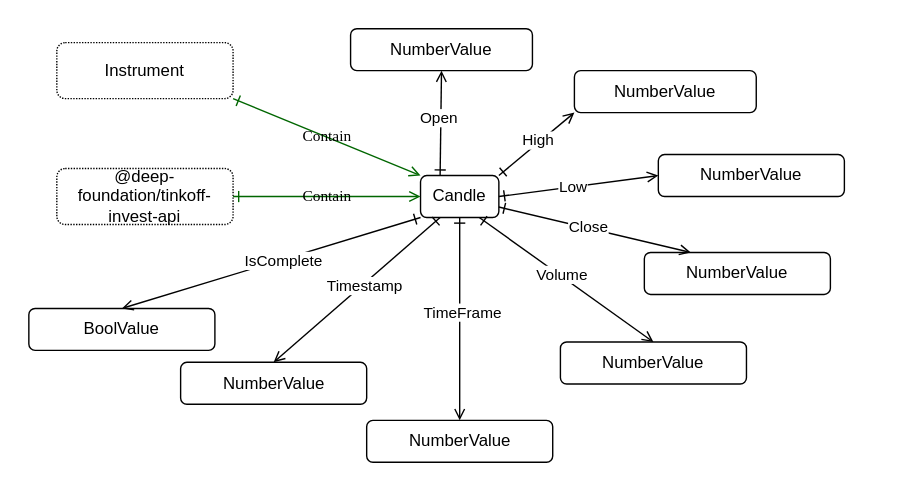
suenot/deep-tinkoff-invest-api keeps this draw.io diagram as src/candle/Candle.drawio.svg. Above is the earlier version. Source tidied: cells renumbered, new cells last; positions are measured from the earlier drawing's top-left corner, leaving out a move shared by most shapes.
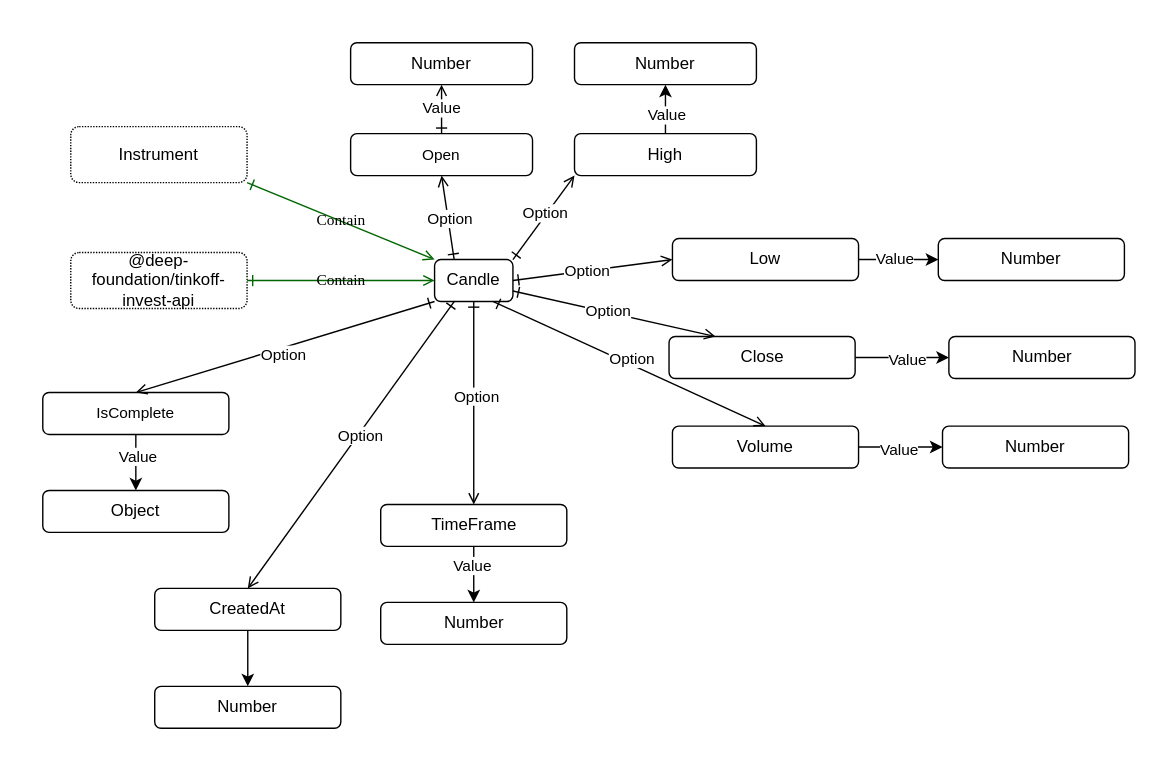
Later version of the same file.

Change to the diagram source:
```diff
@@ -3,19 +3,25 @@
     <mxCell id="0" />
     <mxCell id="1" parent="0" />
     <mxCell id="2" style="rounded=0;whiteSpace=wrap;html=1;strokeColor=none;" parent="1" vertex="1">
-      <mxGeometry width="650" height="350" as="geometry" />
+      <mxGeometry x="-10" y="-60" width="830" height="540" as="geometry" />
     </mxCell>
     <mxCell id="3" style="edgeStyle=none;html=1;exitX=1;exitY=0;exitDx=0;exitDy=0;entryX=0;entryY=1;entryDx=0;entryDy=0;startArrow=ERone;startFill=0;endArrow=open;endFill=0;" parent="1" edge="1" source="5" target="6">
       <mxGeometry relative="1" as="geometry" />
     </mxCell>
-    <mxCell id="4" value="High" style="edgeLabel;html=1;align=center;verticalAlign=middle;" parent="3" vertex="1">
+    <mxCell id="4" value="Option" style="edgeLabel;html=1;align=center;verticalAlign=middle;" parent="3" vertex="1">
       <mxGeometry x="0.08" y="2" relative="1" as="geometry" />
     </mxCell>
     <mxCell id="5" value="Candle" style="rounded=1;whiteSpace=wrap;html=1;labelBackgroundColor=none;" parent="1" vertex="1">
       <mxGeometry x="300" y="125" width="56" height="30" as="geometry" />
     </mxCell>
+    <mxCell id="32" style="edgeStyle=none;html=1;exitX=0.5;exitY=0;exitDx=0;exitDy=0;entryX=0.5;entryY=1;entryDx=0;entryDy=0;" parent="1" edge="1" source="6" target="49">
+      <mxGeometry relative="1" as="geometry" />
+    </mxCell>
+    <mxCell id="33" value="Value" style="edgeLabel;html=1;align=center;verticalAlign=middle;" parent="32" vertex="1">
+      <mxGeometry x="-0.2" relative="1" as="geometry" />
+    </mxCell>
-    <mxCell id="6" value="NumberValue" style="rounded=1;whiteSpace=wrap;html=1;labelBackgroundColor=none;" parent="1" vertex="1">
-      <mxGeometry x="410" y="50" width="130" height="30" as="geometry" />
+    <mxCell id="6" value="High" style="rounded=1;whiteSpace=wrap;html=1;labelBackgroundColor=none;" parent="1" vertex="1">
+      <mxGeometry x="400" y="35" width="130" height="30" as="geometry" />
     </mxCell>
     <mxCell id="7" value="Instrument" style="rounded=1;whiteSpace=wrap;html=1;labelBackgroundColor=none;dashed=1;dashPattern=1 1;" parent="1" vertex="1">
       <mxGeometry x="40" y="30" width="126" height="40" as="geometry" />
@@ -23,74 +29,136 @@
     <mxCell id="8" style="edgeStyle=none;html=1;exitX=1;exitY=0.5;exitDx=0;exitDy=0;startArrow=ERone;startFill=0;entryX=0;entryY=0.5;entryDx=0;entryDy=0;endArrow=open;endFill=0;" parent="1" edge="1" source="5" target="10">
       <mxGeometry relative="1" as="geometry" />
     </mxCell>
-    <mxCell id="9" value="Low" style="edgeLabel;html=1;align=center;verticalAlign=middle;" parent="8" vertex="1">
+    <mxCell id="9" value="Option" style="edgeLabel;html=1;align=center;verticalAlign=middle;" parent="8" vertex="1">
       <mxGeometry x="-0.07" y="1" relative="1" as="geometry" />
     </mxCell>
+    <mxCell id="34" style="edgeStyle=none;html=1;exitX=1;exitY=0.5;exitDx=0;exitDy=0;entryX=0;entryY=0.5;entryDx=0;entryDy=0;" parent="1" edge="1" source="10" target="50">
+      <mxGeometry relative="1" as="geometry" />
+    </mxCell>
+    <mxCell id="35" value="Value" style="edgeLabel;html=1;align=center;verticalAlign=middle;" parent="34" vertex="1">
+      <mxGeometry x="-0.12" y="1" relative="1" as="geometry" />
+    </mxCell>
-    <mxCell id="10" value="NumberValue" style="rounded=1;whiteSpace=wrap;html=1;labelBackgroundColor=none;" parent="1" vertex="1">
+    <mxCell id="10" value="Low" style="rounded=1;whiteSpace=wrap;html=1;labelBackgroundColor=none;" parent="1" vertex="1">
       <mxGeometry x="470" y="110" width="133" height="30" as="geometry" />
     </mxCell>
+    <mxCell id="36" style="edgeStyle=none;html=1;exitX=1;exitY=0.5;exitDx=0;exitDy=0;entryX=0;entryY=0.5;entryDx=0;entryDy=0;" parent="1" edge="1" source="11" target="51">
+      <mxGeometry relative="1" as="geometry" />
+    </mxCell>
+    <mxCell id="37" value="Value" style="edgeLabel;html=1;align=center;verticalAlign=middle;" parent="36" vertex="1">
+      <mxGeometry x="0.1" y="-1" relative="1" as="geometry" />
+    </mxCell>
-    <mxCell id="11" value="NumberValue" style="rounded=1;whiteSpace=wrap;html=1;labelBackgroundColor=none;" parent="1" vertex="1">
-      <mxGeometry x="460" y="180" width="133" height="30" as="geometry" />
+    <mxCell id="11" value="Close" style="rounded=1;whiteSpace=wrap;html=1;labelBackgroundColor=none;" parent="1" vertex="1">
+      <mxGeometry x="467.6" y="180" width="133" height="30" as="geometry" />
     </mxCell>
     <mxCell id="12" style="edgeStyle=none;html=1;exitX=1;exitY=0.75;exitDx=0;exitDy=0;startArrow=ERone;startFill=0;entryX=0.25;entryY=0;entryDx=0;entryDy=0;endArrow=open;endFill=0;" parent="1" edge="1" source="5" target="11">
       <mxGeometry relative="1" as="geometry" />
     </mxCell>
-    <mxCell id="13" value="Close" style="edgeLabel;html=1;align=center;verticalAlign=middle;" parent="12" vertex="1">
+    <mxCell id="13" value="Option" style="edgeLabel;html=1;align=center;verticalAlign=middle;" parent="12" vertex="1">
       <mxGeometry x="-0.07" y="1" relative="1" as="geometry" />
     </mxCell>
+    <mxCell id="38" style="edgeStyle=none;html=1;exitX=1;exitY=0.5;exitDx=0;exitDy=0;entryX=0;entryY=0.5;entryDx=0;entryDy=0;" parent="1" edge="1" source="14" target="52">
+      <mxGeometry relative="1" as="geometry" />
+    </mxCell>
+    <mxCell id="39" value="Value" style="edgeLabel;html=1;align=center;verticalAlign=middle;" parent="38" vertex="1">
+      <mxGeometry x="-0.07" y="-1" relative="1" as="geometry" />
+    </mxCell>
-    <mxCell id="14" value="NumberValue" style="rounded=1;whiteSpace=wrap;html=1;labelBackgroundColor=none;" parent="1" vertex="1">
-      <mxGeometry x="400" y="244" width="133" height="30" as="geometry" />
+    <mxCell id="14" value="Volume" style="rounded=1;whiteSpace=wrap;html=1;labelBackgroundColor=none;" parent="1" vertex="1">
+      <mxGeometry x="470" y="244" width="133" height="30" as="geometry" />
     </mxCell>
     <mxCell id="15" style="edgeStyle=none;html=1;startArrow=ERone;startFill=0;entryX=0.5;entryY=0;entryDx=0;entryDy=0;endArrow=open;endFill=0;exitX=0.75;exitY=1;exitDx=0;exitDy=0;" parent="1" edge="1" source="5" target="14">
       <mxGeometry relative="1" as="geometry" />
     </mxCell>
-    <mxCell id="16" value="Volume" style="edgeLabel;html=1;align=center;verticalAlign=middle;" parent="15" vertex="1">
-      <mxGeometry x="-0.07" y="1" relative="1" as="geometry" />
+    <mxCell id="16" value="Option" style="edgeLabel;html=1;align=center;verticalAlign=middle;" parent="15" vertex="1">
+      <mxGeometry x="-0.07" y="1" relative="1" as="geometry">
+        <mxPoint x="8" as="offset" />
+      </mxGeometry>
     </mxCell>
     <mxCell id="17" style="edgeStyle=none;html=1;exitX=0.25;exitY=0;exitDx=0;exitDy=0;startArrow=ERone;startFill=0;endArrow=open;endFill=0;entryX=0.5;entryY=1;entryDx=0;entryDy=0;" parent="1" edge="1" source="5" target="19">
       <mxGeometry relative="1" as="geometry" />
     </mxCell>
-    <mxCell id="18" value="Open" style="edgeLabel;html=1;align=center;verticalAlign=middle;" parent="17" vertex="1">
-      <mxGeometry x="0.08" y="2" relative="1" as="geometry" />
-    </mxCell>
+    <mxCell id="40" value="Option" style="edgeLabel;html=1;align=center;verticalAlign=middle;" parent="17" vertex="1">
+      <mxGeometry x="-0.01" y="-1" relative="1" as="geometry" />
+    </mxCell>
-    <mxCell id="19" value="NumberValue" style="rounded=1;whiteSpace=wrap;html=1;labelBackgroundColor=none;" parent="1" vertex="1">
-      <mxGeometry x="250" y="20" width="130" height="30" as="geometry" />
+    <mxCell id="19" value="&lt;span style=&quot;font-size: 11px ; background-color: rgb(255 , 255 , 255)&quot;&gt;Open&lt;/span&gt;" style="rounded=1;whiteSpace=wrap;html=1;labelBackgroundColor=none;" parent="1" vertex="1">
+      <mxGeometry x="240" y="35" width="130" height="30" as="geometry" />
     </mxCell>
+    <mxCell id="41" style="edgeStyle=none;html=1;" parent="1" edge="1" source="20" target="54">
+      <mxGeometry relative="1" as="geometry" />
+    </mxCell>
-    <mxCell id="20" value="NumberValue" style="rounded=1;whiteSpace=wrap;html=1;labelBackgroundColor=none;" parent="1" vertex="1">
-      <mxGeometry x="128.5" y="258.5" width="133" height="30" as="geometry" />
+    <mxCell id="20" value="CreatedAt" style="rounded=1;whiteSpace=wrap;html=1;labelBackgroundColor=none;" parent="1" vertex="1">
+      <mxGeometry x="100" y="360" width="133" height="30" as="geometry" />
     </mxCell>
     <mxCell id="21" style="edgeStyle=none;html=1;exitX=0.25;exitY=1;exitDx=0;exitDy=0;startArrow=ERone;startFill=0;entryX=0.5;entryY=0;entryDx=0;entryDy=0;endArrow=open;endFill=0;" parent="1" edge="1" source="5" target="20">
       <mxGeometry relative="1" as="geometry" />
     </mxCell>
-    <mxCell id="22" value="Timestamp" style="edgeLabel;html=1;align=center;verticalAlign=middle;" parent="21" vertex="1">
+    <mxCell id="22" value="Option" style="edgeLabel;html=1;align=center;verticalAlign=middle;" parent="21" vertex="1">
       <mxGeometry x="-0.07" y="1" relative="1" as="geometry" />
     </mxCell>
+    <mxCell id="42" style="edgeStyle=none;html=1;exitX=0.5;exitY=1;exitDx=0;exitDy=0;entryX=0.5;entryY=0;entryDx=0;entryDy=0;" parent="1" edge="1" source="23" target="55">
+      <mxGeometry relative="1" as="geometry" />
+    </mxCell>
+    <mxCell id="43" value="Value" style="edgeLabel;html=1;align=center;verticalAlign=middle;" parent="42" vertex="1">
+      <mxGeometry x="-0.25" y="1" relative="1" as="geometry" />
+    </mxCell>
-    <mxCell id="23" value="BoolValue" style="rounded=1;whiteSpace=wrap;html=1;labelBackgroundColor=none;" parent="1" vertex="1">
+    <mxCell id="23" value="&lt;span style=&quot;font-size: 11px ; background-color: rgb(255 , 255 , 255)&quot;&gt;IsComplete&lt;/span&gt;" style="rounded=1;whiteSpace=wrap;html=1;labelBackgroundColor=none;" parent="1" vertex="1">
       <mxGeometry x="20" y="220" width="133" height="30" as="geometry" />
     </mxCell>
     <mxCell id="24" style="edgeStyle=none;html=1;exitX=0;exitY=1;exitDx=0;exitDy=0;startArrow=ERone;startFill=0;entryX=0.5;entryY=0;entryDx=0;entryDy=0;endArrow=open;endFill=0;" parent="1" edge="1" source="5" target="23">
       <mxGeometry relative="1" as="geometry" />
     </mxCell>
-    <mxCell id="25" value="IsComplete" style="edgeLabel;html=1;align=center;verticalAlign=middle;" parent="24" vertex="1">
-      <mxGeometry x="-0.07" y="1" relative="1" as="geometry" />
-    </mxCell>
+    <mxCell id="44" value="Option" style="edgeLabel;html=1;align=center;verticalAlign=middle;" parent="24" vertex="1">
+      <mxGeometry x="0.03" y="4" relative="1" as="geometry" />
+    </mxCell>
     <mxCell id="26" value="@deep-foundation/tinkoff-invest-api" style="rounded=1;whiteSpace=wrap;html=1;labelBackgroundColor=none;dashed=1;dashPattern=1 1;" parent="1" vertex="1">
       <mxGeometry x="40" y="120" width="126" height="40" as="geometry" />
     </mxCell>
     <mxCell id="27" value="Contain" style="jettySize=auto;html=1;shadow=0;labelBackgroundColor=none;startArrow=ERone;startFill=0;endArrow=open;endFill=0;fontColor=#000000;fontFamily=Comic Sans MS;entryX=0;entryY=0.5;entryDx=0;entryDy=0;exitX=1;exitY=0.5;exitDx=0;exitDy=0;strokeColor=#006600;" parent="1" edge="1" source="26" target="5">
       <mxGeometry relative="1" as="geometry" />
     </mxCell>
+    <mxCell id="45" style="edgeStyle=none;html=1;exitX=0.5;exitY=1;exitDx=0;exitDy=0;entryX=0.5;entryY=0;entryDx=0;entryDy=0;" parent="1" edge="1" source="28" target="53">
+      <mxGeometry relative="1" as="geometry" />
+    </mxCell>
+    <mxCell id="46" value="Value" style="edgeLabel;html=1;align=center;verticalAlign=middle;" parent="45" vertex="1">
+      <mxGeometry x="-0.35" y="-2" relative="1" as="geometry" />
+    </mxCell>
-    <mxCell id="28" value="NumberValue" style="rounded=1;whiteSpace=wrap;html=1;labelBackgroundColor=none;" parent="1" vertex="1">
+    <mxCell id="28" value="TimeFrame" style="rounded=1;whiteSpace=wrap;html=1;labelBackgroundColor=none;" parent="1" vertex="1">
       <mxGeometry x="261.5" y="300" width="133" height="30" as="geometry" />
     </mxCell>
     <mxCell id="29" style="edgeStyle=none;html=1;startArrow=ERone;startFill=0;entryX=0.5;entryY=0;entryDx=0;entryDy=0;endArrow=open;endFill=0;exitX=0.5;exitY=1;exitDx=0;exitDy=0;" parent="1" edge="1" source="5" target="28">
       <mxGeometry relative="1" as="geometry" />
     </mxCell>
-    <mxCell id="30" value="TimeFrame" style="edgeLabel;html=1;align=center;verticalAlign=middle;" parent="29" vertex="1">
+    <mxCell id="30" value="Option" style="edgeLabel;html=1;align=center;verticalAlign=middle;" parent="29" vertex="1">
       <mxGeometry x="-0.07" y="1" relative="1" as="geometry" />
     </mxCell>
     <mxCell id="31" value="Contain" style="jettySize=auto;html=1;shadow=0;labelBackgroundColor=none;startArrow=ERone;startFill=0;endArrow=open;endFill=0;fontColor=#000000;fontFamily=Comic Sans MS;entryX=0;entryY=0;entryDx=0;entryDy=0;exitX=1;exitY=1;exitDx=0;exitDy=0;strokeColor=#006600;" parent="1" edge="1" source="7" target="5">
       <mxGeometry relative="1" as="geometry" />
     </mxCell>
+    <mxCell id="47" value="Number" style="rounded=1;whiteSpace=wrap;html=1;labelBackgroundColor=none;" parent="1" vertex="1">
+      <mxGeometry x="240" y="-30" width="130" height="30" as="geometry" />
+    </mxCell>
+    <mxCell id="48" value="Value" style="edgeStyle=none;html=1;exitX=0.5;exitY=0;exitDx=0;exitDy=0;startArrow=ERone;startFill=0;endArrow=open;endFill=0;entryX=0.5;entryY=1;entryDx=0;entryDy=0;" parent="1" edge="1" source="19" target="47">
+      <mxGeometry relative="1" as="geometry" />
+    </mxCell>
+    <mxCell id="49" value="Number" style="rounded=1;whiteSpace=wrap;html=1;labelBackgroundColor=none;" parent="1" vertex="1">
+      <mxGeometry x="400" y="-30" width="130" height="30" as="geometry" />
+    </mxCell>
+    <mxCell id="50" value="Number" style="rounded=1;whiteSpace=wrap;html=1;labelBackgroundColor=none;" parent="1" vertex="1">
+      <mxGeometry x="660" y="110" width="133" height="30" as="geometry" />
+    </mxCell>
+    <mxCell id="51" value="Number" style="rounded=1;whiteSpace=wrap;html=1;labelBackgroundColor=none;" parent="1" vertex="1">
+      <mxGeometry x="667.6" y="180" width="133" height="30" as="geometry" />
+    </mxCell>
+    <mxCell id="52" value="Number" style="rounded=1;whiteSpace=wrap;html=1;labelBackgroundColor=none;" parent="1" vertex="1">
+      <mxGeometry x="663" y="244" width="133" height="30" as="geometry" />
+    </mxCell>
+    <mxCell id="53" value="Number" style="rounded=1;whiteSpace=wrap;html=1;labelBackgroundColor=none;" parent="1" vertex="1">
+      <mxGeometry x="261.5" y="370" width="133" height="30" as="geometry" />
+    </mxCell>
+    <mxCell id="54" value="Number" style="rounded=1;whiteSpace=wrap;html=1;labelBackgroundColor=none;" parent="1" vertex="1">
+      <mxGeometry x="100" y="430" width="133" height="30" as="geometry" />
+    </mxCell>
+    <mxCell id="55" value="Object" style="rounded=1;whiteSpace=wrap;html=1;labelBackgroundColor=none;" parent="1" vertex="1">
+      <mxGeometry x="20" y="290" width="133" height="30" as="geometry" />
+    </mxCell>
   </root>
 </mxGraphModel>
```
